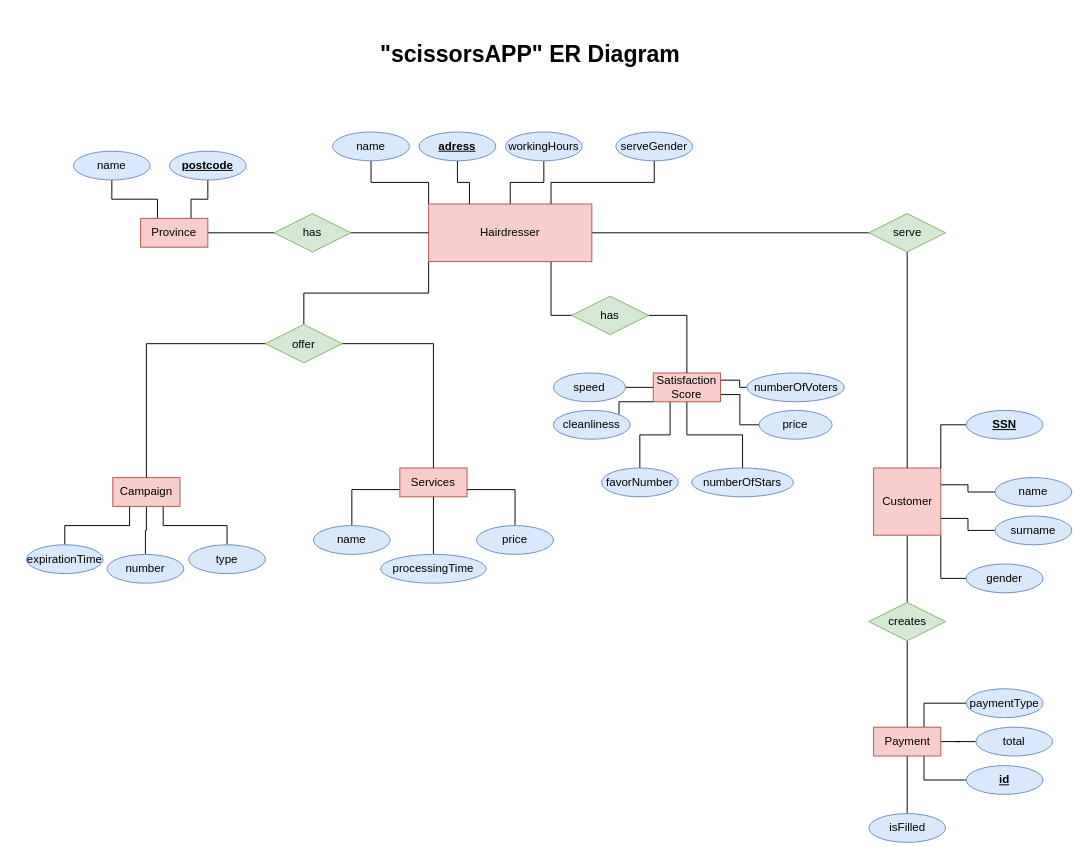
The draw.io diagram Untitled Diagram.drawio in OmerCelikel/scissors_DBMSproject, before the edit. Source tidied: cells renumbered, new cells numbered last; positions are measured from the earlier drawing's top-left corner, leaving out a move shared by most shapes. Both pictures are drawn from the tidied source at 96%, with x=0, y=0 at pixel (26, 16).
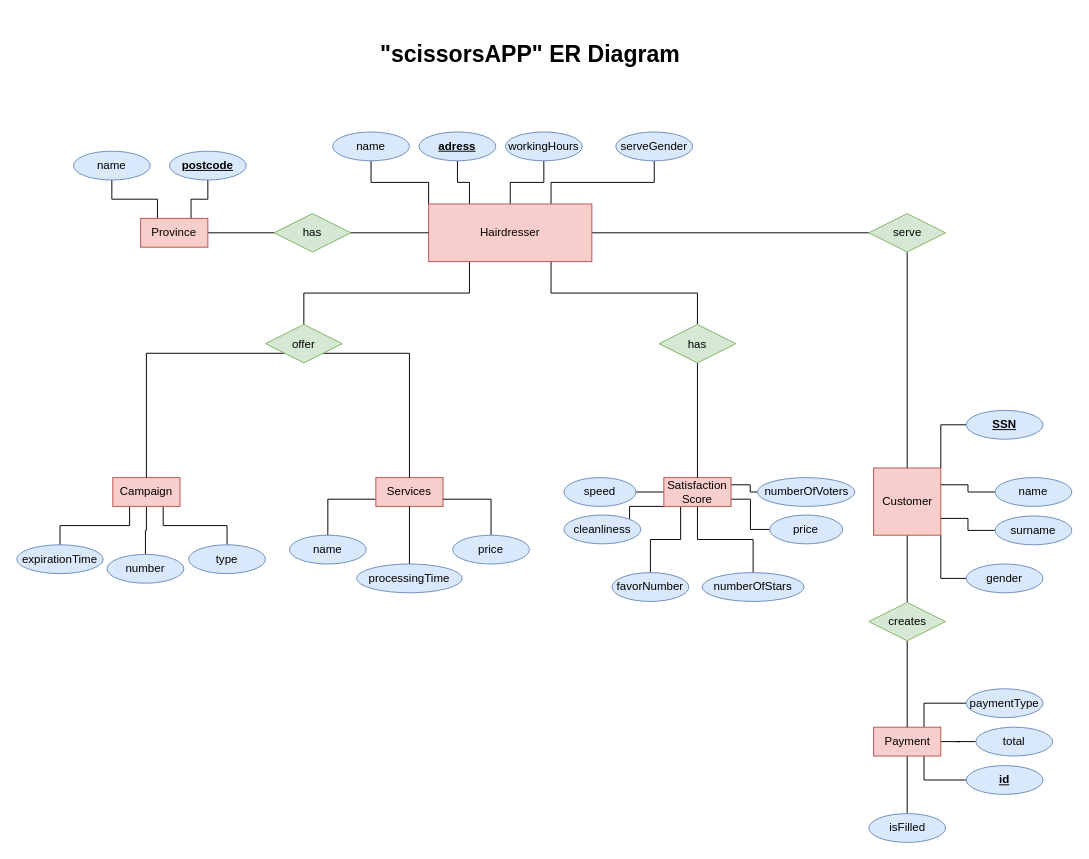
The same page after the edit.

Unchanged cells that the change refers to:
```xml
<mxCell id="15" value="Hairdresser" style="rounded=0;whiteSpace=wrap;html=1;fillColor=#f8cecc;strokeColor=#b85450;" parent="1" vertex="1">
  <mxGeometry x="419" y="195" width="170" height="60" as="geometry" />
</mxCell>
<mxCell id="29" value="Campaign" style="rounded=0;whiteSpace=wrap;html=1;fillColor=#f8cecc;strokeColor=#b85450;" parent="1" vertex="1">
  <mxGeometry x="90" y="480" width="70" height="30" as="geometry" />
</mxCell>
<mxCell id="35" value="offer" style="rhombus;whiteSpace=wrap;html=1;fontFamily=Helvetica;fillColor=#d5e8d4;strokeColor=#82b366;" parent="1" vertex="1">
  <mxGeometry x="249" y="320.5" width="80" height="40" as="geometry" />
</mxCell>
```

What changed in the source:
```diff
@@
+    <mxCell id="14" style="edgeStyle=orthogonalEdgeStyle;rounded=0;jettySize=auto;html=1;exitX=0.25;exitY=1;exitDx=0;exitDy=0;entryX=0.5;entryY=0;entryDx=0;entryDy=0;fontFamily=Helvetica;fontSize=24;endArrow=none;endFill=0;" parent="1" edge="1" source="15" target="35">
+      <mxGeometry relative="1" as="geometry" />
+    </mxCell>
-    <mxCell id="13" style="edgeStyle=orthogonalEdgeStyle;rounded=0;jettySize=auto;html=1;exitX=0.75;exitY=1;exitDx=0;exitDy=0;entryX=0;entryY=0.5;entryDx=0;entryDy=0;fontFamily=Helvetica;endArrow=none;endFill=0;" parent="1" edge="1" source="15" target="59">
+    <mxCell id="13" style="edgeStyle=orthogonalEdgeStyle;rounded=0;jettySize=auto;html=1;exitX=0.75;exitY=1;exitDx=0;exitDy=0;entryX=0.5;entryY=0;entryDx=0;entryDy=0;fontFamily=Helvetica;fontSize=24;endArrow=none;endFill=0;" parent="1" edge="1" source="15" target="59">
       <mxGeometry relative="1" as="geometry" />
     </mxCell>
-    <mxCell id="14" style="edgeStyle=orthogonalEdgeStyle;rounded=0;jettySize=auto;html=1;exitX=0;exitY=1;exitDx=0;exitDy=0;fontFamily=Helvetica;endArrow=none;endFill=0;" parent="1" edge="1" source="15" target="35">
-      <mxGeometry relative="1" as="geometry" />
-    </mxCell>
@@
     <mxCell id="17" value="Services" style="rounded=0;whiteSpace=wrap;html=1;fillColor=#f8cecc;strokeColor=#b85450;" parent="1" vertex="1">
-      <mxGeometry x="389" y="470" width="70" height="30" as="geometry" />
+      <mxGeometry x="364" y="480" width="70" height="30" as="geometry" />
     </mxCell>
@@
+    <mxCell id="34" style="edgeStyle=orthogonalEdgeStyle;rounded=0;jettySize=auto;html=1;exitX=1;exitY=1;exitDx=0;exitDy=0;entryX=0.5;entryY=0;entryDx=0;entryDy=0;fontFamily=Helvetica;fontSize=24;endArrow=none;endFill=0;" parent="1" edge="1" source="35" target="17">
+      <mxGeometry relative="1" as="geometry" />
+    </mxCell>
-    <mxCell id="33" style="edgeStyle=orthogonalEdgeStyle;rounded=0;jettySize=auto;html=1;fontFamily=Helvetica;endArrow=none;endFill=0;" parent="1" edge="1" source="35" target="29">
+    <mxCell id="33" style="edgeStyle=orthogonalEdgeStyle;rounded=0;jettySize=auto;html=1;exitX=0;exitY=1;exitDx=0;exitDy=0;fontFamily=Helvetica;fontSize=24;endArrow=none;endFill=0;" parent="1" edge="1" source="35" target="29">
       <mxGeometry relative="1" as="geometry" />
     </mxCell>
-    <mxCell id="34" style="edgeStyle=orthogonalEdgeStyle;rounded=0;jettySize=auto;html=1;entryX=0.5;entryY=0;entryDx=0;entryDy=0;fontFamily=Helvetica;endArrow=none;endFill=0;" parent="1" edge="1" source="35" target="17">
-      <mxGeometry relative="1" as="geometry" />
-    </mxCell>
@@
     <mxCell id="55" value="Satisfaction Score" style="rounded=0;whiteSpace=wrap;html=1;fillColor=#f8cecc;strokeColor=#b85450;" parent="1" vertex="1">
-      <mxGeometry x="653" y="371" width="70" height="30" as="geometry" />
+      <mxGeometry x="664" y="480" width="70" height="30" as="geometry" />
     </mxCell>
@@
     <mxCell id="59" value="has" style="rhombus;whiteSpace=wrap;html=1;fontFamily=Helvetica;fillColor=#d5e8d4;strokeColor=#82b366;" parent="1" vertex="1">
-      <mxGeometry x="568" y="291" width="80" height="40" as="geometry" />
+      <mxGeometry x="659" y="320.5" width="80" height="40" as="geometry" />
     </mxCell>
     <mxCell id="60" value="favorNumber" style="ellipse;whiteSpace=wrap;html=1;fillColor=#dae8fc;strokeColor=#6c8ebf;" parent="1" vertex="1">
-      <mxGeometry x="599" y="470" width="80" height="30" as="geometry" />
+      <mxGeometry x="610" y="579" width="80" height="30" as="geometry" />
     </mxCell>
     <mxCell id="61" value="numberOfVoters" style="ellipse;whiteSpace=wrap;html=1;fillColor=#dae8fc;strokeColor=#6c8ebf;" parent="1" vertex="1">
-      <mxGeometry x="750.5" y="371" width="101.5" height="30" as="geometry" />
+      <mxGeometry x="761.5" y="480" width="101.5" height="30" as="geometry" />
     </mxCell>
     <mxCell id="62" value="numberOfStars" style="ellipse;whiteSpace=wrap;html=1;fillColor=#dae8fc;strokeColor=#6c8ebf;" parent="1" vertex="1">
-      <mxGeometry x="693" y="470" width="106" height="30" as="geometry" />
+      <mxGeometry x="704" y="579" width="106" height="30" as="geometry" />
     </mxCell>
     <mxCell id="63" value="speed" style="ellipse;whiteSpace=wrap;html=1;fillColor=#dae8fc;strokeColor=#6c8ebf;" parent="1" vertex="1">
-      <mxGeometry x="549" y="371" width="75" height="30" as="geometry" />
+      <mxGeometry x="560" y="480" width="75" height="30" as="geometry" />
     </mxCell>
     <mxCell id="64" value="price" style="ellipse;whiteSpace=wrap;html=1;fillColor=#dae8fc;strokeColor=#6c8ebf;" parent="1" vertex="1">
-      <mxGeometry x="763.3" y="410" width="76" height="30" as="geometry" />
+      <mxGeometry x="774.3" y="519" width="76" height="30" as="geometry" />
     </mxCell>
     <mxCell id="65" value="cleanliness" style="ellipse;whiteSpace=wrap;html=1;fillColor=#dae8fc;strokeColor=#6c8ebf;" parent="1" vertex="1">
-      <mxGeometry x="549" y="410" width="80" height="30" as="geometry" />
+      <mxGeometry x="560" y="519" width="80" height="30" as="geometry" />
     </mxCell>
     <mxCell id="66" value="name" style="ellipse;whiteSpace=wrap;html=1;fillColor=#dae8fc;strokeColor=#6c8ebf;" parent="1" vertex="1">
-      <mxGeometry x="299" y="530" width="80" height="30" as="geometry" />
+      <mxGeometry x="274" y="540" width="80" height="30" as="geometry" />
     </mxCell>
@@
     <mxCell id="68" value="price" style="ellipse;whiteSpace=wrap;html=1;fillColor=#dae8fc;strokeColor=#6c8ebf;" parent="1" vertex="1">
-      <mxGeometry x="469" y="530" width="80" height="30" as="geometry" />
+      <mxGeometry x="444" y="540" width="80" height="30" as="geometry" />
     </mxCell>
@@
     <mxCell id="70" value="processingTime" style="ellipse;whiteSpace=wrap;html=1;fillColor=#dae8fc;strokeColor=#6c8ebf;" parent="1" vertex="1">
-      <mxGeometry x="369" y="560" width="110" height="30" as="geometry" />
+      <mxGeometry x="344" y="570" width="110" height="30" as="geometry" />
     </mxCell>
     <mxCell id="71" value="expirationTime" style="ellipse;whiteSpace=wrap;html=1;fillColor=#dae8fc;strokeColor=#6c8ebf;" parent="1" vertex="1">
-      <mxGeometry y="550" width="80" height="30" as="geometry" />
+      <mxGeometry x="-10" y="550" width="90" height="30" as="geometry" />
     </mxCell>
```
